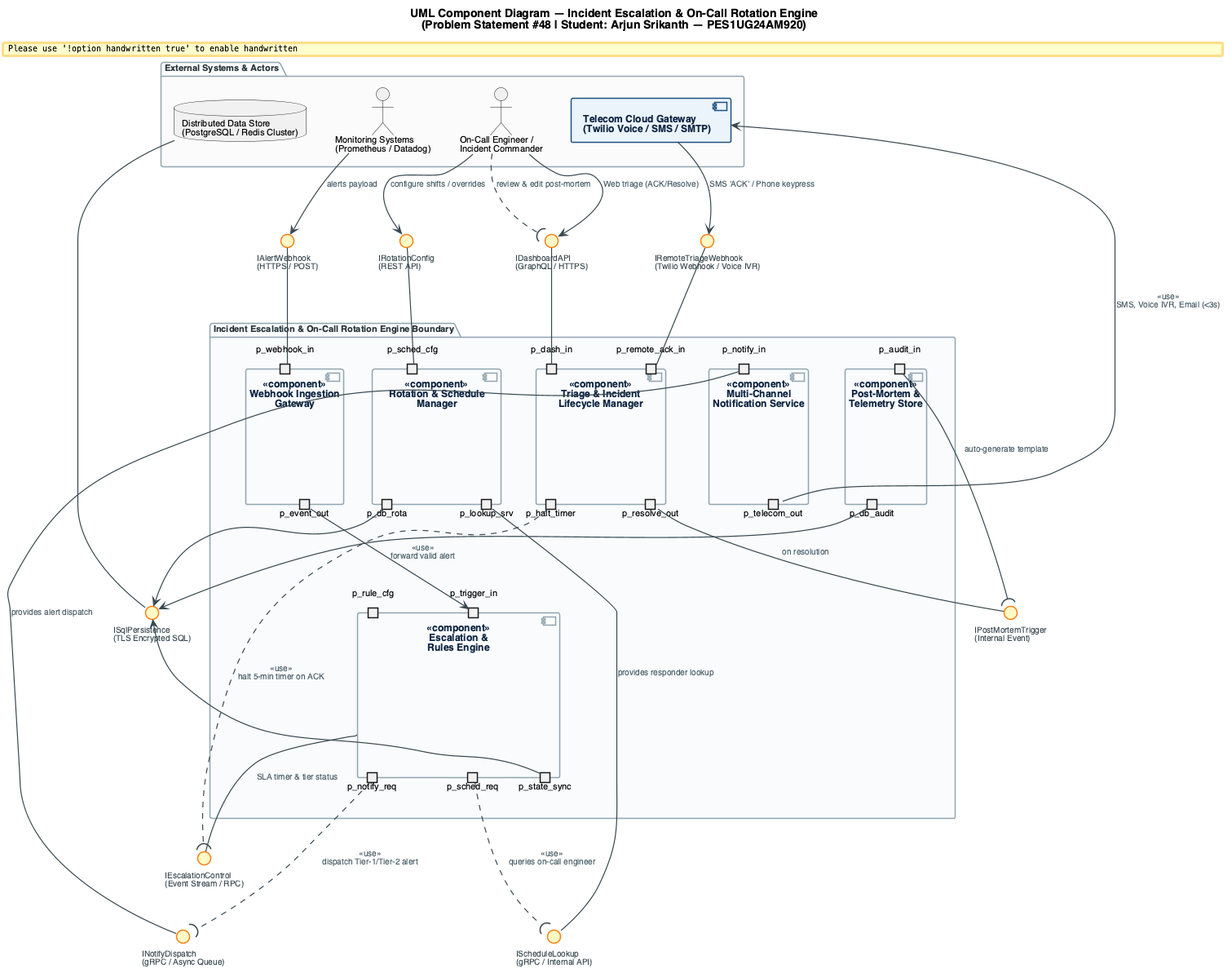
Before: Lab-3/Problem_Statement_48_Component_Diagram.png, a diagram exported from PlantUML (arjunsrikanthh/PES1UG24AM920_se_lab).
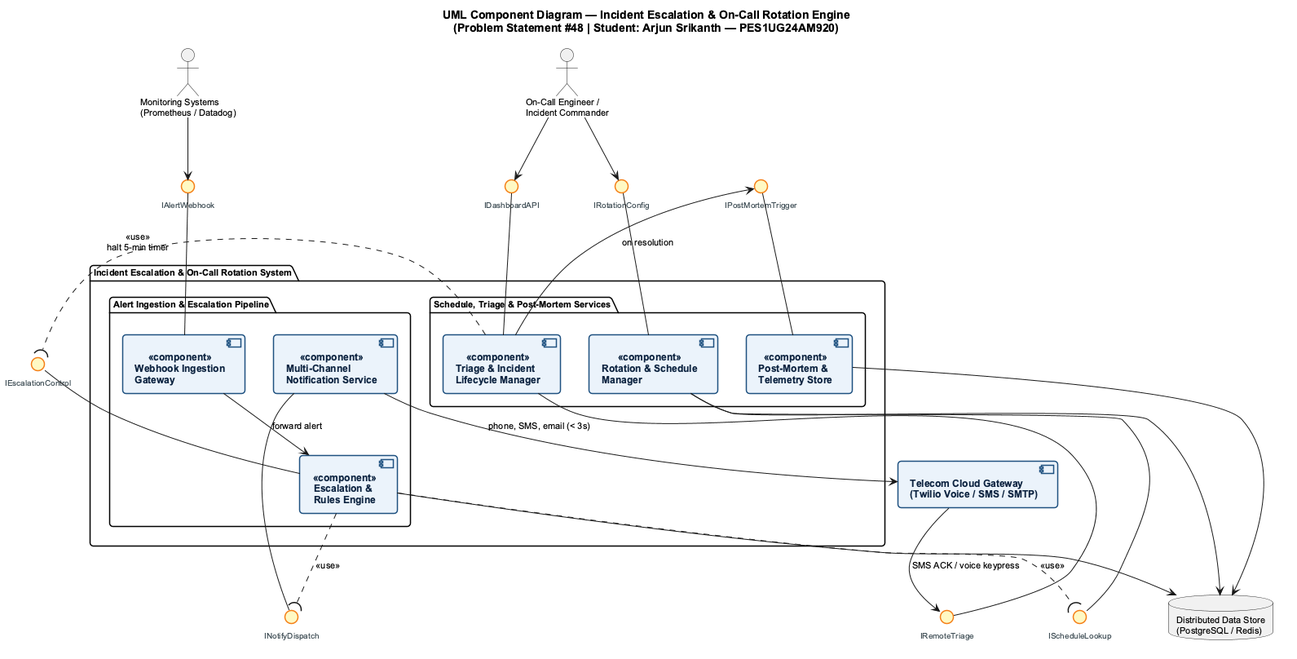
The same diagram one commit later.

Commit message:
Lab-3: Finalize deliverables with clean 4-page PDF report and balanced component diagrams

What changed in the source:
```diff
@@ -1,11 +1,9 @@
-@startuml Problem_Statement_48_Component_Diagram
-
-skinparam backgroundColor #FFFFFF
-skinparam handwritten false
+@startuml
 skinparam componentStyle uml2
 skinparam shadowing false
-skinparam defaultFontName "Helvetica, Arial, sans-serif"
+skinparam defaultFontName Arial
 skinparam defaultFontSize 11
+skinparam roundCorner 8
 
 skinparam component {
     BackgroundColor #EBF3FB
@@ -24,111 +22,63 @@
     FontColor #37474F
 }
 
-skinparam package {
-    BackgroundColor #F8FAFC
-    BorderColor #90A4AE
-    BorderThickness 1.5
-    FontStyle bold
-    FontColor #263238
-}
-
-skinparam arrow {
-    Color #37474F
-    FontSize 10
-    FontColor #455A64
-    Thickness 1.2
-}
-
-skinparam port {
-    BackgroundColor #CFD8DC
-    BorderColor #455A64
-}
-
 title **UML Component Diagram — Incident Escalation & On-Call Rotation Engine**\n(Problem Statement #48 | Student: Arjun Srikanth — PES1UG24AM920)
 
-package "External Systems & Actors" #FAFAFA {
-    actor "Monitoring Systems\n(Prometheus / Datadog)" as MonitoringPlatform
-    actor "On-Call Engineer /\nIncident Commander" as Engineers
-    [Telecom Cloud Gateway\n(Twilio Voice / SMS / SMTP)] as TelecomGateway
-    database "Distributed Data Store\n(PostgreSQL / Redis Cluster)" as DataStore
-}
+actor "Monitoring Systems\n(Prometheus / Datadog)" as MonitoringPlatform
+actor "On-Call Engineer /\nIncident Commander" as Engineers
 
-package "Incident Escalation & On-Call Rotation Engine Boundary" {
-
-    component "Webhook Ingestion\nGateway" as IngestGW <<component>> {
-        portin p_webhook_in
-        portout p_event_out
+package "Incident Escalation & On-Call Rotation System" {
+    package "Alert Ingestion & Escalation Pipeline" {
+        component "Webhook Ingestion\nGateway" as IngestGW <<component>>
+        component "Escalation &\nRules Engine" as EscalateEngine <<component>>
+        component "Multi-Channel\nNotification Service" as NotifySvc <<component>>
     }
 
-    component "Rotation & Schedule\nManager" as RotaMgr <<component>> {
-        portin p_sched_cfg
-        portout p_lookup_srv
-        portout p_db_rota
-    }
-
-    component "Escalation &\nRules Engine" as EscalateEngine <<component>> {
-        portin p_rule_cfg
-        portin p_trigger_in
-        portout p_sched_req
-        portout p_notify_req
-        portout p_state_sync
-    }
-
-    component "Multi-Channel\nNotification Service" as NotifySvc <<component>> {
-        portin p_notify_in
-        portout p_telecom_out
-    }
-
-    component "Triage & Incident\nLifecycle Manager" as TriageMgr <<component>> {
-        portin p_dash_in
-        portin p_remote_ack_in
-        portout p_halt_timer
-        portout p_resolve_out
-    }
-
-    component "Post-Mortem &\nTelemetry Store" as PostMortemSvc <<component>> {
-        portin p_audit_in
-        portout p_db_audit
+    package "Schedule, Triage & Post-Mortem Services" {
+        component "Rotation & Schedule\nManager" as RotaMgr <<component>>
+        component "Triage & Incident\nLifecycle Manager" as TriageMgr <<component>>
+        component "Post-Mortem &\nTelemetry Store" as PostMortemSvc <<component>>
     }
 }
 
-interface "IAlertWebhook\n(HTTPS / POST)" as IAlertWebhook
-interface "IScheduleLookup\n(gRPC / Internal API)" as IScheduleLookup
-interface "IRotationConfig\n(REST API)" as IRotationConfig
-interface "INotifyDispatch\n(gRPC / Async Queue)" as INotifyDispatch
-interface "IEscalationControl\n(Event Stream / RPC)" as IEscalationControl
-interface "IDashboardAPI\n(GraphQL / HTTPS)" as IDashboardAPI
-interface "IRemoteTriageWebhook\n(Twilio Webhook / Voice IVR)" as IRemoteTriageWebhook
-interface "IPostMortemTrigger\n(Internal Event)" as IPostMortemTrigger
-interface "ISqlPersistence\n(TLS Encrypted SQL)" as ISqlPersistence
+[Telecom Cloud Gateway\n(Twilio Voice / SMS / SMTP)] as TelecomGateway
+database "Distributed Data Store\n(PostgreSQL / Redis)" as DataStore
 
-MonitoringPlatform --> IAlertWebhook : alerts payload
-IAlertWebhook -- p_webhook_in
-p_event_out --> p_trigger_in : <<use>>\nforward valid alert
+interface "IAlertWebhook" as IAlertWebhook
+interface "IScheduleLookup" as IScheduleLookup
+interface "IRotationConfig" as IRotationConfig
+interface "INotifyDispatch" as INotifyDispatch
+interface "IEscalationControl" as IEscalationControl
+interface "IDashboardAPI" as IDashboardAPI
+interface "IRemoteTriage" as IRemoteTriage
+interface "IPostMortemTrigger" as IPostMortemTrigger
 
-Engineers --> IRotationConfig : configure shifts / overrides
-IRotationConfig -- p_sched_cfg
-p_lookup_srv -- IScheduleLookup : provides responder lookup
-p_sched_req ..( IScheduleLookup : <<use>>\nqueries on-call engineer
+MonitoringPlatform --> IAlertWebhook
+IAlertWebhook -- IngestGW
+IngestGW --> EscalateEngine : forward alert
 
-EscalateEngine -- IEscalationControl : SLA timer & tier status
-p_notify_in -- INotifyDispatch : provides alert dispatch
-p_notify_req ..( INotifyDispatch : <<use>>\ndispatch Tier-1/Tier-2 alert
-p_telecom_out --> TelecomGateway : <<use>>\nSMS, Voice IVR, Email (<3s)
+Engineers --> IRotationConfig
+IRotationConfig -- RotaMgr
+EscalateEngine ..( IScheduleLookup : <<use>>
+IScheduleLookup -- RotaMgr
 
-Engineers --> IDashboardAPI : Web triage (ACK/Resolve)
-IDashboardAPI -- p_dash_in
-TelecomGateway --> IRemoteTriageWebhook : SMS 'ACK' / Phone keypress
-IRemoteTriageWebhook -- p_remote_ack_in
-p_halt_timer ..( IEscalationControl : <<use>>\nhalt 5-min timer on ACK
+EscalateEngine ..( INotifyDispatch : <<use>>
+INotifyDispatch -- NotifySvc
+NotifySvc --> TelecomGateway : phone, SMS, email (< 3s)
 
-p_resolve_out -- IPostMortemTrigger : on resolution
-IPostMortemTrigger )-- p_audit_in : auto-generate template
-Engineers ..( IDashboardAPI : review & edit post-mortem
+Engineers --> IDashboardAPI
+IDashboardAPI -- TriageMgr
+TelecomGateway --> IRemoteTriage : SMS ACK / voice keypress
+IRemoteTriage -- TriageMgr
 
-p_db_rota --> ISqlPersistence
-p_state_sync --> ISqlPersistence
-p_db_audit --> ISqlPersistence
-ISqlPersistence -- DataStore
+TriageMgr ..( IEscalationControl : <<use>>\nhalt 5-min timer
+IEscalationControl -- EscalateEngine
+
+TriageMgr --> IPostMortemTrigger : on resolution
+IPostMortemTrigger -- PostMortemSvc
+
+RotaMgr --> DataStore
+EscalateEngine --> DataStore
+PostMortemSvc --> DataStore
 
 @enduml
```
